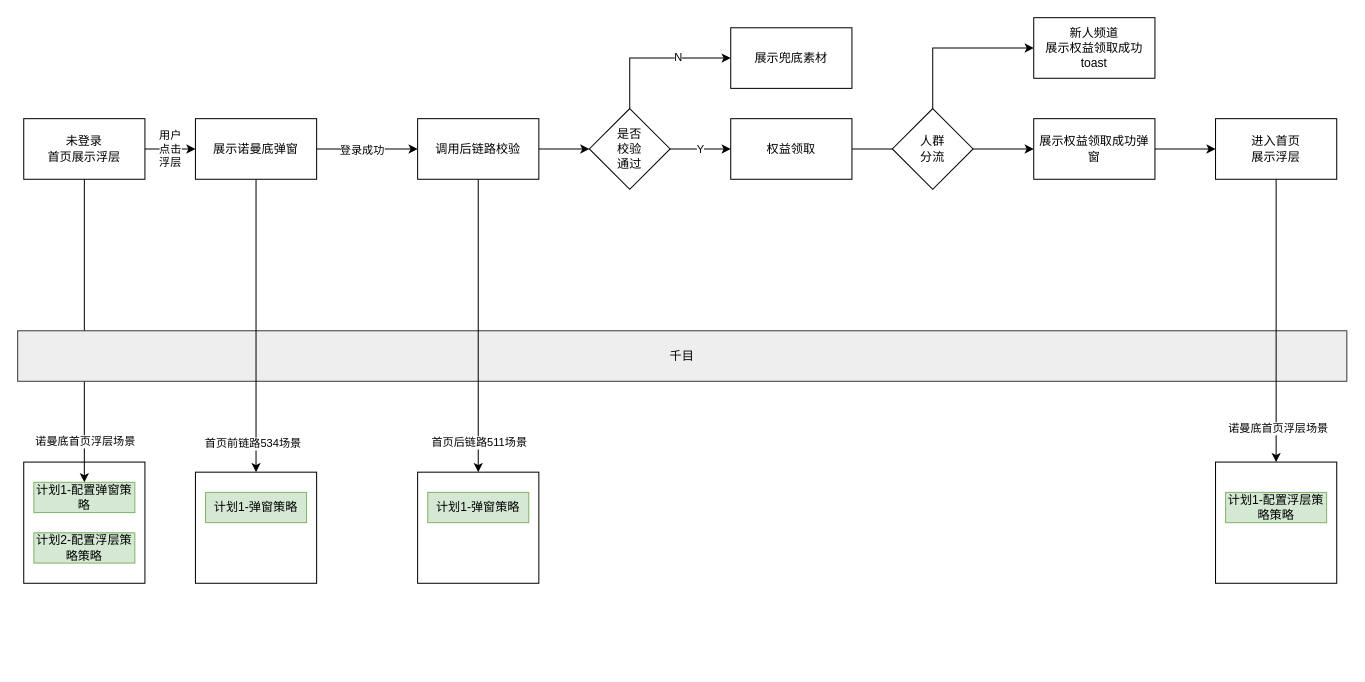
This is 诺曼底首页吸底浮层.drawio from BlankKelly/diagrams, a draw.io file, before an edit. Source tidied: cells renumbered, new cells numbered last; positions are measured from the earlier drawing's top-left corner, leaving out a move shared by most shapes. Both pictures are drawn from the tidied source at 101%, with x=0, y=0 at pixel (17, 17).
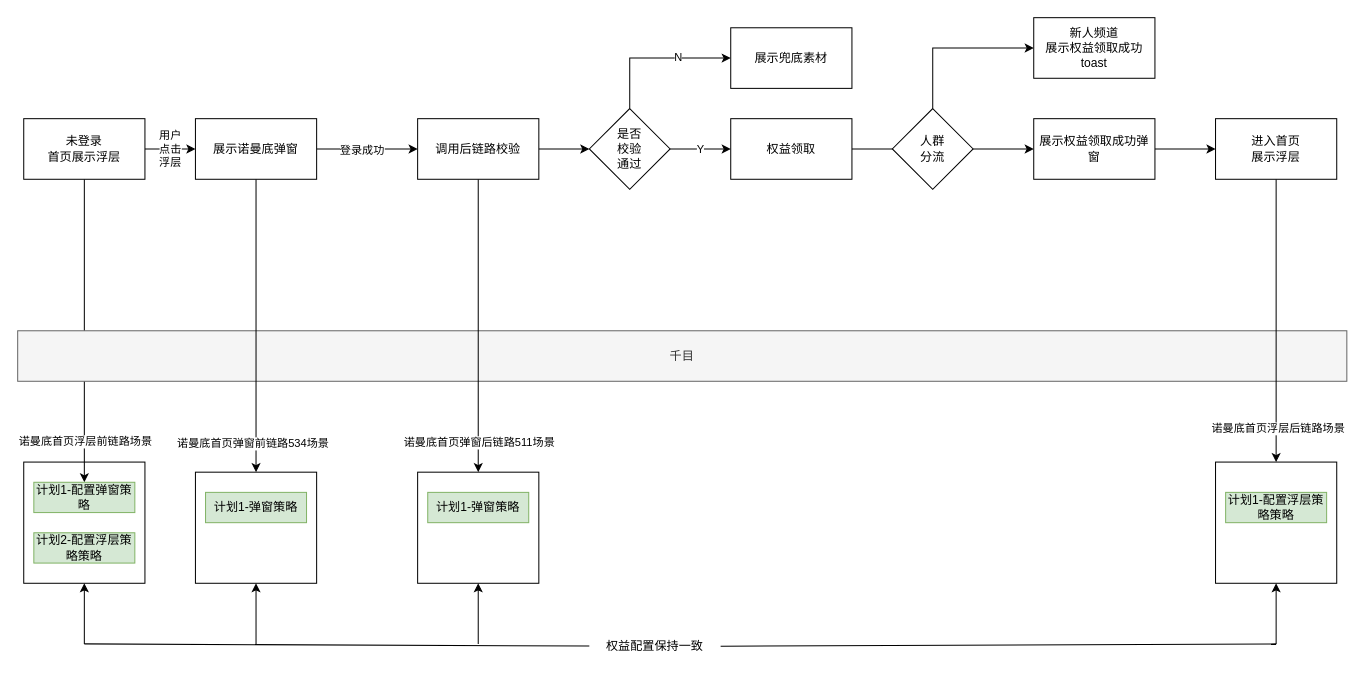
After the change.

Commit message (it also covers changes not shown here):
更新诺曼底首页吸底浮层.drawio

Unchanged cells that the change refers to:
```xml
<mxCell id="2" style="rounded=0;whiteSpace=wrap;html=1;" parent="1" vertex="1">
  <mxGeometry x="6" y="440" width="120" height="120" as="geometry" />
</mxCell>
<mxCell id="3" style="edgeStyle=orthogonalEdgeStyle;rounded=0;jettySize=auto;html=1;" parent="1" edge="1" source="6">
  <mxGeometry relative="1" as="geometry">
    <mxPoint x="66" y="460" as="targetPoint" />
  </mxGeometry>
</mxCell>
<mxCell id="10" style="edgeStyle=orthogonalEdgeStyle;rounded=0;jettySize=auto;html=1;" parent="1" edge="1" source="14" target="15">
  <mxGeometry relative="1" as="geometry" />
</mxCell>
<mxCell id="15" style="rounded=0;whiteSpace=wrap;html=1;" parent="1" vertex="1">
  <mxGeometry x="176" y="450" width="120" height="110" as="geometry" />
</mxCell>
<mxCell id="17" style="edgeStyle=orthogonalEdgeStyle;rounded=0;jettySize=auto;html=1;" parent="1" edge="1" source="20" target="21">
  <mxGeometry relative="1" as="geometry" />
</mxCell>
<mxCell id="21" style="rounded=0;whiteSpace=wrap;html=1;" parent="1" vertex="1">
  <mxGeometry x="396" y="450" width="120" height="110" as="geometry" />
</mxCell>
<mxCell id="36" style="edgeStyle=orthogonalEdgeStyle;rounded=0;jettySize=auto;html=1;" parent="1" edge="1" source="38" target="39">
  <mxGeometry relative="1" as="geometry" />
</mxCell>
<mxCell id="39" style="rounded=0;whiteSpace=wrap;html=1;" parent="1" vertex="1">
  <mxGeometry x="1186" y="440" width="120" height="120" as="geometry" />
</mxCell>
```

Change to the diagram source:
```diff
@@
-    <mxCell id="4" value="诺曼底首页浮层场景" style="edgeLabel;html=1;align=center;verticalAlign=middle;" parent="3" vertex="1">
+    <mxCell id="4" value="诺曼底首页浮层前链路场景" style="edgeLabel;html=1;align=center;verticalAlign=middle;" parent="3" vertex="1">
       <mxGeometry x="0.65" y="2" relative="1" as="geometry">
         <mxPoint x="-2" y="12" as="offset" />
       </mxGeometry>
     </mxCell>
@@
-    <mxCell id="7" value="千目" style="rounded=0;whiteSpace=wrap;html=1;fillColor=#eeeeee;strokeColor=#36393d;" parent="1" vertex="1">
+    <mxCell id="7" value="千目" style="rounded=0;whiteSpace=wrap;html=1;fillColor=#f5f5f5;strokeColor=#666666;fontColor=#333333;" parent="1" vertex="1">
       <mxGeometry y="310" width="1316" height="50" as="geometry" />
     </mxCell>
@@
-    <mxCell id="11" value="首页前链路534场景" style="edgeLabel;html=1;align=center;verticalAlign=middle;" parent="10" vertex="1">
+    <mxCell id="11" value="诺曼底首页弹窗前链路534场景" style="edgeLabel;html=1;align=center;verticalAlign=middle;" parent="10" vertex="1">
       <mxGeometry x="0.7" y="-4" relative="1" as="geometry">
         <mxPoint y="14" as="offset" />
       </mxGeometry>
     </mxCell>
@@
-    <mxCell id="18" value="首页后链路511场景" style="edgeLabel;html=1;align=center;verticalAlign=middle;" parent="17" vertex="1">
+    <mxCell id="18" value="诺曼底首页弹窗后链路511场景" style="edgeLabel;html=1;align=center;verticalAlign=middle;" parent="17" vertex="1">
       <mxGeometry x="0.66" y="-3" relative="1" as="geometry">
         <mxPoint x="3" y="19" as="offset" />
       </mxGeometry>
     </mxCell>
@@
-    <mxCell id="37" value="诺曼底首页浮层场景" style="edgeLabel;html=1;align=center;verticalAlign=middle;" parent="36" vertex="1">
+    <mxCell id="37" value="诺曼底首页浮层后链路场景" style="edgeLabel;html=1;align=center;verticalAlign=middle;" parent="36" vertex="1">
       <mxGeometry x="0.76" y="1" relative="1" as="geometry" />
     </mxCell>
@@
+    <mxCell id="41" style="endArrow=none;html=1;rounded=0;startArrow=none;" parent="1" edge="1" source="47">
+      <mxGeometry relative="1" as="geometry">
+        <mxPoint x="1246" y="620" as="targetPoint" />
+      </mxGeometry>
+    </mxCell>
+    <mxCell id="42" style="endArrow=classic;html=1;rounded=0;entryX=0.5;entryY=1;entryDx=0;entryDy=0;" parent="1" edge="1" target="2">
+      <mxGeometry relative="1" as="geometry">
+        <mxPoint x="66" y="620" as="sourcePoint" />
+      </mxGeometry>
+    </mxCell>
+    <mxCell id="43" style="endArrow=classic;html=1;rounded=0;" parent="1" edge="1" target="15">
+      <mxGeometry relative="1" as="geometry">
+        <mxPoint x="236" y="620" as="sourcePoint" />
+      </mxGeometry>
+    </mxCell>
+    <mxCell id="44" style="endArrow=classic;html=1;rounded=0;entryX=0.5;entryY=1;entryDx=0;entryDy=0;" parent="1" edge="1" target="21">
+      <mxGeometry relative="1" as="geometry">
+        <mxPoint x="456" y="620" as="sourcePoint" />
+      </mxGeometry>
+    </mxCell>
+    <mxCell id="45" style="endArrow=classic;html=1;rounded=0;entryX=0.5;entryY=1;entryDx=0;entryDy=0;" parent="1" edge="1" target="39">
+      <mxGeometry relative="1" as="geometry">
+        <mxPoint x="1246" y="620" as="sourcePoint" />
+      </mxGeometry>
+    </mxCell>
+    <mxCell id="46" style="endArrow=none;html=1;rounded=0;" parent="1" edge="1" target="47">
+      <mxGeometry relative="1" as="geometry">
+        <mxPoint x="66" y="620" as="sourcePoint" />
+      </mxGeometry>
+    </mxCell>
+    <mxCell id="47" value="权益配置保持一致" style="text;html=1;strokeColor=none;fillColor=none;align=center;verticalAlign=middle;whiteSpace=wrap;rounded=0;" parent="1" vertex="1">
+      <mxGeometry x="566" y="605" width="130" height="35" as="geometry" />
+    </mxCell>
```
